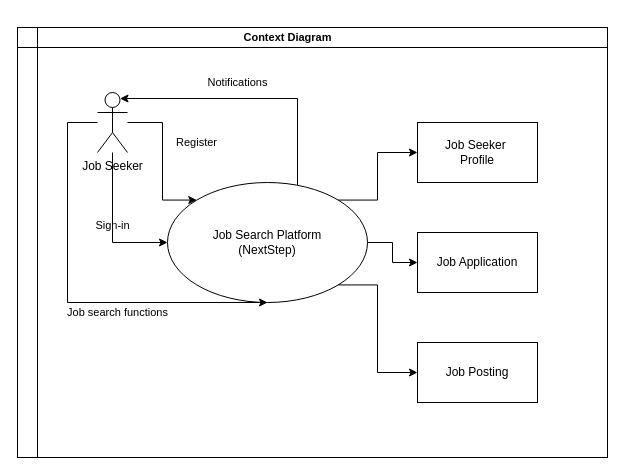
Above: docs/all-diagrams-source-files/Context-Model.drawio in emd5953/NextStep (draw.io), before the change. Source tidied: cells renumbered, new cells numbered last; positions are measured from the earlier drawing's top-left corner, leaving out a move shared by most shapes. Both pictures are drawn from the tidied source at 100%, with x=0, y=0 at pixel (17, 17).
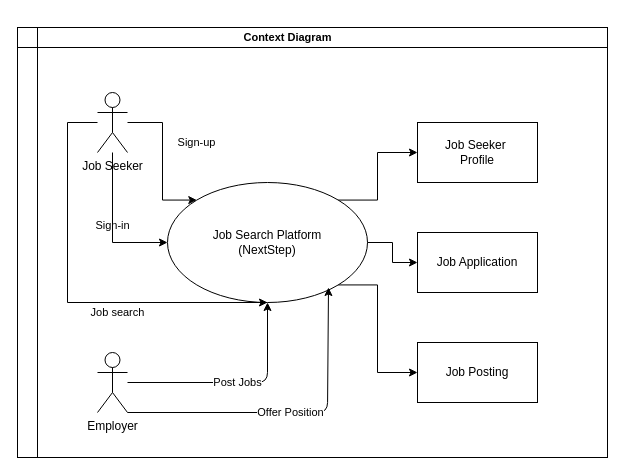
After the change.

Unchanged cells that the change refers to:
```xml
<mxCell id="5" value="Job Search Platform&lt;div&gt;(NextStep)&lt;/div&gt;" style="ellipse;whiteSpace=wrap;html=1;labelBackgroundColor=none;" parent="1" vertex="1">
  <mxGeometry x="150" y="165" width="200" height="120" as="geometry" />
</mxCell>
<mxCell id="9" value="Job Seeker" style="shape=umlActor;verticalLabelPosition=bottom;verticalAlign=top;html=1;outlineConnect=0;labelBackgroundColor=none;" parent="1" vertex="1">
  <mxGeometry x="80" y="75" width="30" height="60" as="geometry" />
</mxCell>
```

Change to the diagram source:
```diff
@@
-    <mxCell id="3" value="Notifications" style="edgeStyle=elbowEdgeStyle;rounded=0;jettySize=auto;html=1;entryX=0.75;entryY=0.1;entryDx=0;entryDy=0;entryPerimeter=0;labelBackgroundColor=none;fontColor=default;strokeWidth=1;" parent="1" edge="1" source="5" target="9">
-      <mxGeometry x="0.11" y="-16" relative="1" as="geometry">
-        <Array as="points">
-          <mxPoint x="280" y="115" />
-        </Array>
-      </mxGeometry>
-    </mxCell>
@@
-    <mxCell id="7" value="Register" style="edgeStyle=elbowEdgeStyle;rounded=0;jettySize=auto;html=1;entryX=0;entryY=0;entryDx=0;entryDy=0;labelBackgroundColor=none;fontColor=default;" parent="1" edge="1" source="9" target="5">
+    <mxCell id="7" value="Sign-up" style="edgeStyle=elbowEdgeStyle;rounded=0;jettySize=auto;html=1;entryX=0;entryY=0;entryDx=0;entryDy=0;labelBackgroundColor=none;fontColor=default;" parent="1" edge="1" source="9" target="5">
       <mxGeometry x="-0.25" y="34" relative="1" as="geometry" />
     </mxCell>
-    <mxCell id="8" value="Job search functions" style="edgeStyle=elbowEdgeStyle;rounded=0;jettySize=auto;html=1;entryX=0.5;entryY=1;entryDx=0;entryDy=0;labelBackgroundColor=none;fontColor=default;" parent="1" edge="1" source="9" target="5">
+    <mxCell id="8" value="Job search" style="edgeStyle=elbowEdgeStyle;rounded=0;jettySize=auto;html=1;entryX=0.5;entryY=1;entryDx=0;entryDy=0;labelBackgroundColor=none;fontColor=default;" parent="1" edge="1" source="9" target="5">
       <mxGeometry x="0.27" y="-10" relative="1" as="geometry">
         <Array as="points">
           <mxPoint x="50" y="215" />
         </Array>
       </mxGeometry>
     </mxCell>
@@
+    <mxCell id="17" value="Post Jobs" style="edgeStyle=none;html=1;" parent="1" edge="1" source="19" target="5">
+      <mxGeometry relative="1" as="geometry">
+        <Array as="points">
+          <mxPoint x="250" y="365" />
+        </Array>
+      </mxGeometry>
+    </mxCell>
+    <mxCell id="18" value="Offer Position" style="edgeStyle=none;html=1;exitX=1;exitY=1;exitDx=0;exitDy=0;exitPerimeter=0;" parent="1" edge="1" source="19">
+      <mxGeometry relative="1" as="geometry">
+        <mxPoint x="311" y="270" as="targetPoint" />
+        <Array as="points">
+          <mxPoint x="310" y="395" />
+        </Array>
+      </mxGeometry>
+    </mxCell>
+    <mxCell id="19" value="Employer" style="shape=umlActor;verticalLabelPosition=bottom;verticalAlign=top;html=1;outlineConnect=0;labelBackgroundColor=none;" parent="1" vertex="1">
+      <mxGeometry x="80" y="335" width="30" height="60" as="geometry" />
+    </mxCell>
```
